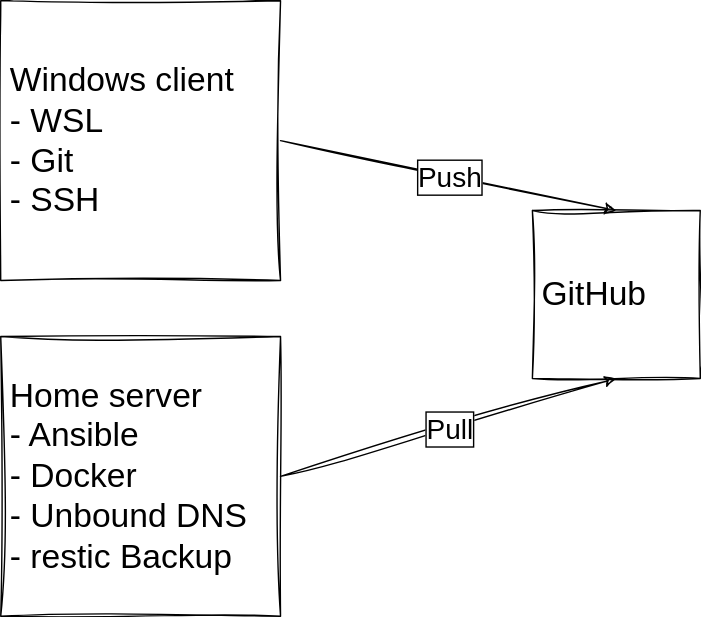
Before: public/posts/2024-01-22-laptop-home-server/images/github-flow.drawio.svg, a diagram exported from draw.io (DominikBritz/dominikbritz.com). Source tidied: cells renumbered, new cells last; positions are measured from the earlier drawing's top-left corner, leaving out a move shared by most shapes.
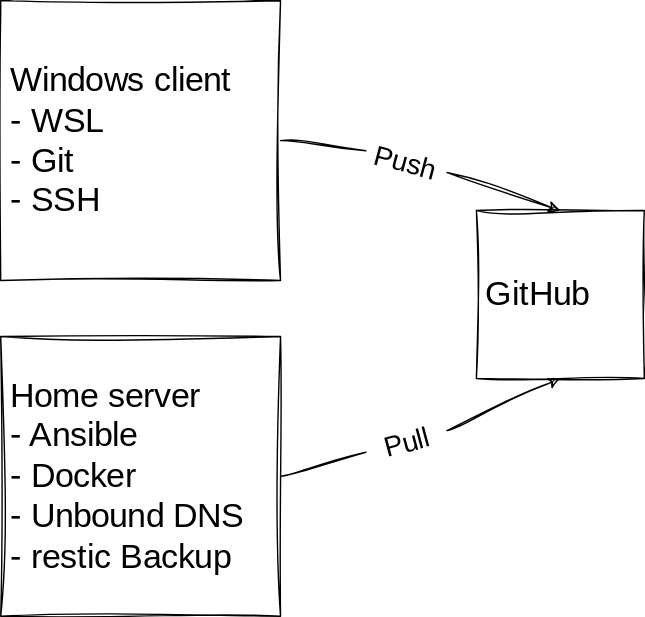
After the commit.

Commit message:
Latest state from my private repo

Diff of the diagram source:
```diff
@@ -2,26 +2,32 @@
   <root>
     <mxCell id="0" />
     <mxCell id="1" parent="0" />
-    <mxCell id="2" value="Windows client&lt;br style=&quot;font-size: 24px;&quot;&gt;- WSL&lt;br style=&quot;font-size: 24px;&quot;&gt;- Git&lt;br style=&quot;font-size: 24px;&quot;&gt;- SSH" style="whiteSpace=wrap;align=left;rounded=0;sketch=1;curveFitting=1;jiggle=2;shadow=0;glass=0;spacingLeft=5;labelBorderColor=none;html=1;arcSize=23;fontSize=24;labelBackgroundColor=none;fillColor=none;fontColor=default;strokeColor=default;" parent="1" vertex="1">
+    <mxCell id="2" value="Windows client&lt;br style=&quot;font-size: 24px;&quot;&gt;- WSL&lt;br style=&quot;font-size: 24px;&quot;&gt;- Git&lt;br style=&quot;font-size: 24px;&quot;&gt;- SSH" style="whiteSpace=wrap;align=left;rounded=0;sketch=1;curveFitting=1;jiggle=2;shadow=0;glass=0;spacingLeft=5;labelBorderColor=none;html=1;arcSize=23;fontSize=24;labelBackgroundColor=none;fillColor=none;fontColor=default;strokeColor=default;fontFamily=Architects Daughter;fontSource=https%3A%2F%2Ffonts.googleapis.com%2Fcss%3Ffamily%3DArchitects%2BDaughter;" parent="1" vertex="1">
       <mxGeometry width="200" height="200" as="geometry" />
     </mxCell>
-    <mxCell id="3" value="Home server&lt;br style=&quot;font-size: 24px;&quot;&gt;- Ansible&lt;br style=&quot;font-size: 24px;&quot;&gt;- Docker&lt;br style=&quot;font-size: 24px;&quot;&gt;- Unbound DNS&lt;br style=&quot;font-size: 24px;&quot;&gt;- restic Backup" style="whiteSpace=wrap;html=1;align=left;rounded=0;sketch=1;curveFitting=1;jiggle=2;shadow=0;glass=0;spacingLeft=5;arcSize=23;fillColor=none;strokeColor=default;fontColor=default;labelBorderColor=none;labelBackgroundColor=none;fontSize=24;" parent="1" vertex="1">
+    <mxCell id="3" value="Home server&lt;br style=&quot;font-size: 24px;&quot;&gt;- Ansible&lt;br style=&quot;font-size: 24px;&quot;&gt;- Docker&lt;br style=&quot;font-size: 24px;&quot;&gt;- Unbound DNS&lt;br style=&quot;font-size: 24px;&quot;&gt;- restic Backup" style="whiteSpace=wrap;html=1;align=left;rounded=0;sketch=1;curveFitting=1;jiggle=2;shadow=0;glass=0;spacingLeft=5;arcSize=23;fillColor=none;strokeColor=default;fontColor=default;labelBorderColor=none;labelBackgroundColor=none;fontSize=24;fontFamily=Architects Daughter;fontSource=https%3A%2F%2Ffonts.googleapis.com%2Fcss%3Ffamily%3DArchitects%2BDaughter;" parent="1" vertex="1">
       <mxGeometry y="240" width="200" height="200" as="geometry" />
     </mxCell>
-    <mxCell id="4" value="GitHub" style="whiteSpace=wrap;html=1;align=left;rounded=0;sketch=1;curveFitting=1;jiggle=2;shadow=0;glass=0;spacingLeft=5;arcSize=23;fillColor=none;fontSize=24;" parent="1" vertex="1">
-      <mxGeometry x="380" y="150" width="120" height="120" as="geometry" />
+    <mxCell id="4" value="GitHub" style="whiteSpace=wrap;html=1;align=left;rounded=0;sketch=1;curveFitting=1;jiggle=2;shadow=0;glass=0;spacingLeft=5;arcSize=23;fillColor=none;fontSize=24;fontFamily=Architects Daughter;fontSource=https%3A%2F%2Ffonts.googleapis.com%2Fcss%3Ffamily%3DArchitects%2BDaughter;" parent="1" vertex="1">
+      <mxGeometry x="340" y="150" width="120" height="120" as="geometry" />
     </mxCell>
-    <mxCell id="5" style="endArrow=classic;html=1;entryX=0.5;entryY=0;entryDx=0;entryDy=0;sketch=1;curveFitting=1;jiggle=2;arcSize=23;labelBackgroundColor=none;exitX=1;exitY=0.5;exitDx=0;exitDy=0;" parent="1" edge="1" source="2" target="4">
+    <mxCell id="5" style="endArrow=classic;html=1;entryX=0.5;entryY=0;entryDx=0;entryDy=0;arcSize=23;labelBackgroundColor=none;exitX=1;exitY=0.5;exitDx=0;exitDy=0;sketch=1;curveFitting=1;jiggle=2;startArrow=none;" parent="1" edge="1" source="8" target="4">
       <mxGeometry relative="1" as="geometry" />
     </mxCell>
-    <mxCell id="6" value="&amp;nbsp;Push&amp;nbsp;" style="edgeLabel;html=1;align=center;verticalAlign=middle;rounded=0;shadow=0;glass=0;sketch=1;spacingTop=0;spacingLeft=0;spacing=2;labelBorderColor=default;curveFitting=1;jiggle=2;arcSize=23;fontSize=20;" parent="5" vertex="1">
-      <mxGeometry relative="1" as="geometry" />
-    </mxCell>
-    <mxCell id="7" style="endArrow=classic;html=1;entryX=0.5;entryY=1;entryDx=0;entryDy=0;sketch=1;curveFitting=1;jiggle=2;arcSize=23;exitX=1;exitY=0.5;exitDx=0;exitDy=0;" parent="1" edge="1" source="3" target="4">
+    <mxCell id="7" style="endArrow=classic;html=1;entryX=0.5;entryY=1;entryDx=0;entryDy=0;sketch=1;curveFitting=1;jiggle=2;arcSize=23;exitX=1;exitY=0.5;exitDx=0;exitDy=0;startArrow=none;" parent="1" edge="1" source="10" target="4">
       <mxGeometry relative="1" as="geometry" />
     </mxCell>
+    <mxCell id="9" style="endArrow=none;html=1;entryX=0;entryY=0.5;entryDx=0;entryDy=0;sketch=1;curveFitting=1;jiggle=2;arcSize=23;exitX=1;exitY=0.5;exitDx=0;exitDy=0;" parent="1" edge="1" source="3" target="10">
+      <mxGeometry relative="1" as="geometry" />
+    </mxCell>
+    <mxCell id="10" value="Pull" style="text;html=1;strokeColor=none;fillColor=none;align=center;verticalAlign=middle;whiteSpace=wrap;rounded=0;labelBackgroundColor=none;sketch=1;hachureGap=4;jiggle=2;curveFitting=1;fontFamily=Architects Daughter;fontSource=https%3A%2F%2Ffonts.googleapis.com%2Fcss%3Ffamily%3DArchitects%2BDaughter;fontSize=20;rotation=-15;" parent="1" vertex="1">
+      <mxGeometry x="260" y="300" width="60" height="30" as="geometry" />
+    </mxCell>
+    <mxCell id="11" style="endArrow=none;html=1;entryX=0;entryY=0.5;entryDx=0;entryDy=0;arcSize=23;labelBackgroundColor=none;exitX=1;exitY=0.5;exitDx=0;exitDy=0;sketch=1;curveFitting=1;jiggle=2;" parent="1" edge="1" source="2" target="8">
+      <mxGeometry relative="1" as="geometry" />
+    </mxCell>
-    <mxCell id="8" value="Pull" style="edgeLabel;html=1;align=center;verticalAlign=middle;rounded=0;shadow=0;glass=0;sketch=1;spacingTop=0;spacingLeft=0;spacing=2;labelBorderColor=default;curveFitting=1;jiggle=2;arcSize=23;fontSize=20;" parent="7" vertex="1">
-      <mxGeometry relative="1" as="geometry" />
+    <mxCell id="8" value="Push" style="text;html=1;strokeColor=none;fillColor=none;align=center;verticalAlign=middle;whiteSpace=wrap;rounded=0;labelBackgroundColor=none;sketch=1;hachureGap=4;jiggle=2;curveFitting=1;fontFamily=Architects Daughter;fontSource=https%3A%2F%2Ffonts.googleapis.com%2Fcss%3Ffamily%3DArchitects%2BDaughter;fontSize=20;rotation=15;" parent="1" vertex="1">
+      <mxGeometry x="260" y="100" width="60" height="30" as="geometry" />
     </mxCell>
   </root>
 </mxGraphModel>
```
